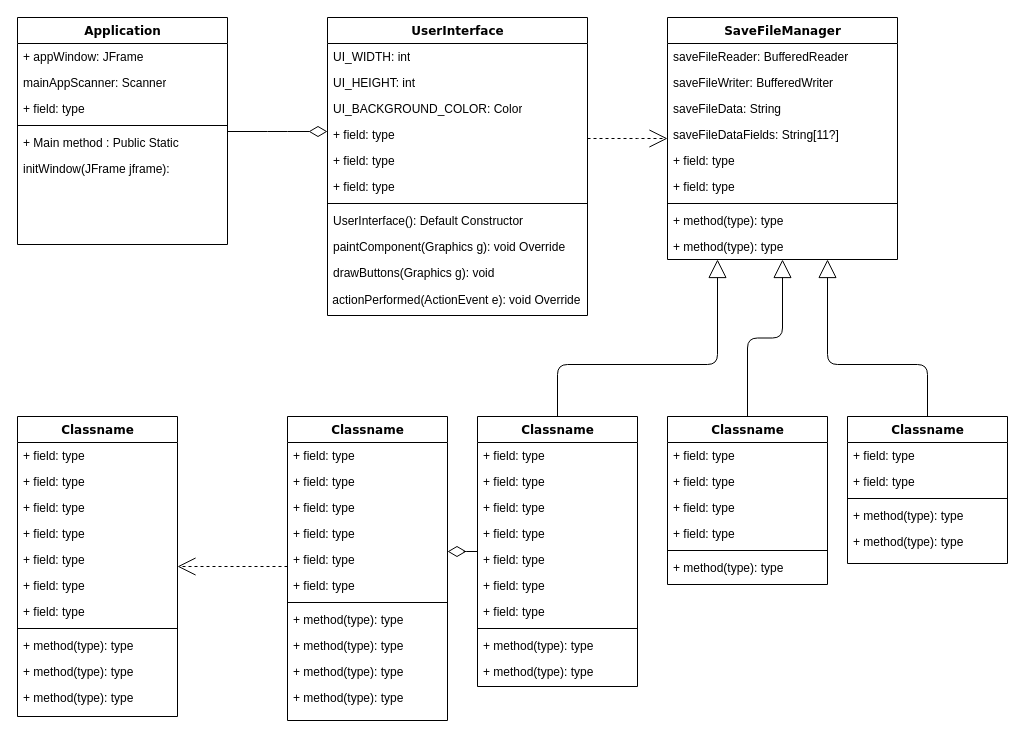
Before: Untitled Diagram.drawio in Bevans13/personal_projects, a draw.io diagram. Source tidied: cells renumbered, new cells numbered last; positions are measured from the earlier drawing's top-left corner, leaving out a move shared by most shapes. Both pictures are drawn from the tidied source at 100%, with x=0, y=0 at pixel (17, 17).
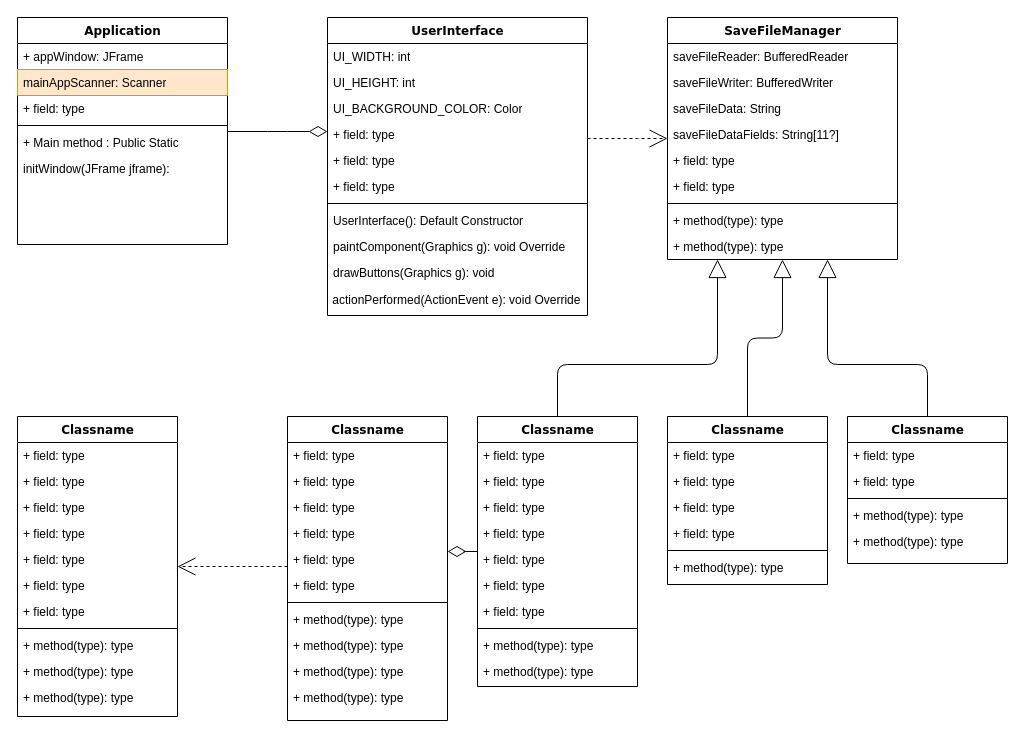
The same diagram, later.

Unchanged cells that the change refers to:
```xml
<mxCell id="2" value="Application" style="swimlane;html=1;fontStyle=1;align=center;verticalAlign=top;horizontal=1;startSize=26;swimlaneFillColor=#ffffff;rounded=0;shadow=0;comic=0;labelBackgroundColor=none;strokeWidth=1;fillColor=none;fontFamily=Verdana;fontSize=12;" parent="1" vertex="1">
  <mxGeometry width="210" height="227" as="geometry" />
</mxCell>
```

Change to the diagram source:
```diff
@@
-    <mxCell id="4" value="mainAppScanner: Scanner" style="text;html=1;strokeColor=none;fillColor=none;align=left;verticalAlign=top;spacingLeft=4;spacingRight=4;whiteSpace=wrap;overflow=hidden;" parent="2" vertex="1">
+    <mxCell id="4" value="mainAppScanner: Scanner" style="text;html=1;strokeColor=#d79b00;fillColor=#ffe6cc;align=left;verticalAlign=top;spacingLeft=4;spacingRight=4;whiteSpace=wrap;overflow=hidden;" parent="2" vertex="1">
       <mxGeometry y="52" width="210" height="26" as="geometry" />
     </mxCell>
```
